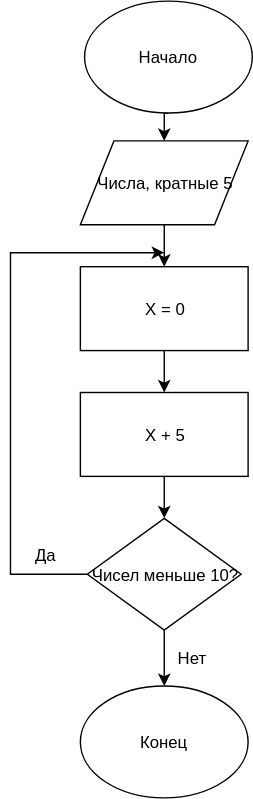
Earlier version of the draw.io export Diagram2.svg (DenisKupin/Homework1). Source tidied: cells renumbered, new cells last; positions are measured from the earlier drawing's top-left corner, leaving out a move shared by most shapes. The source it was exported from:
```xml
<mxGraphModel>
  <root>
    <mxCell id="0" />
    <mxCell id="1" parent="0" />
    <mxCell id="2" style="edgeStyle=orthogonalEdgeStyle;rounded=0;jettySize=auto;html=1;exitX=0.5;exitY=1;exitDx=0;exitDy=0;entryX=0.5;entryY=0;entryDx=0;entryDy=0;" parent="1" edge="1" source="3" target="5">
      <mxGeometry relative="1" as="geometry" />
    </mxCell>
    <mxCell id="3" value="Начало" style="ellipse;whiteSpace=wrap;html=1;" parent="1" vertex="1">
      <mxGeometry x="53" width="120" height="80" as="geometry" />
    </mxCell>
    <mxCell id="4" style="edgeStyle=orthogonalEdgeStyle;rounded=0;jettySize=auto;html=1;" parent="1" edge="1" source="5" target="7">
      <mxGeometry relative="1" as="geometry" />
    </mxCell>
    <mxCell id="5" value="Числа, кратные 5" style="shape=parallelogram;perimeter=parallelogramPerimeter;whiteSpace=wrap;html=1;" parent="1" vertex="1">
      <mxGeometry x="50" y="100" width="120" height="60" as="geometry" />
    </mxCell>
    <mxCell id="6" style="edgeStyle=orthogonalEdgeStyle;rounded=0;jettySize=auto;html=1;" parent="1" edge="1" source="7">
      <mxGeometry relative="1" as="geometry">
        <mxPoint x="110" y="280" as="targetPoint" />
      </mxGeometry>
    </mxCell>
    <mxCell id="7" value="Х = 0" style="rounded=0;whiteSpace=wrap;html=1;" parent="1" vertex="1">
      <mxGeometry x="50" y="190" width="120" height="60" as="geometry" />
    </mxCell>
    <mxCell id="8" style="edgeStyle=orthogonalEdgeStyle;rounded=0;jettySize=auto;html=1;" parent="1" edge="1" source="9">
      <mxGeometry relative="1" as="geometry">
        <mxPoint x="110" y="370" as="targetPoint" />
      </mxGeometry>
    </mxCell>
    <mxCell id="9" value="Х + 5" style="rounded=0;whiteSpace=wrap;html=1;" parent="1" vertex="1">
      <mxGeometry x="50" y="280" width="120" height="60" as="geometry" />
    </mxCell>
    <mxCell id="10" style="edgeStyle=orthogonalEdgeStyle;rounded=0;jettySize=auto;html=1;" parent="1" edge="1" source="12">
      <mxGeometry relative="1" as="geometry">
        <mxPoint x="110" y="180" as="targetPoint" />
        <Array as="points">
          <mxPoint y="410" />
          <mxPoint y="180" />
        </Array>
      </mxGeometry>
    </mxCell>
    <mxCell id="11" style="edgeStyle=orthogonalEdgeStyle;rounded=0;jettySize=auto;html=1;" parent="1" edge="1" source="12">
      <mxGeometry relative="1" as="geometry">
        <mxPoint x="110" y="490" as="targetPoint" />
      </mxGeometry>
    </mxCell>
    <mxCell id="12" value="Чисел меньше 10?" style="rhombus;whiteSpace=wrap;html=1;" parent="1" vertex="1">
      <mxGeometry x="55" y="370" width="110" height="80" as="geometry" />
    </mxCell>
    <mxCell id="13" value="Да" style="text;html=1;align=center;verticalAlign=middle;" parent="1" vertex="1">
      <mxGeometry x="10" y="386" width="30" height="20" as="geometry" />
    </mxCell>
    <mxCell id="14" value="Нет" style="text;html=1;align=center;verticalAlign=middle;" parent="1" vertex="1">
      <mxGeometry x="110" y="460" width="40" height="20" as="geometry" />
    </mxCell>
    <mxCell id="15" value="Конец" style="ellipse;whiteSpace=wrap;html=1;" parent="1" vertex="1">
      <mxGeometry x="50" y="490" width="120" height="80" as="geometry" />
    </mxCell>
  </root>
</mxGraphModel>
```
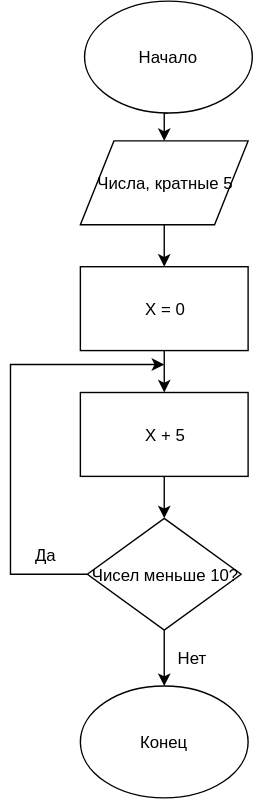
After the commit.

The edit, as a diff of the source:
```diff
@@ -30,20 +30,20 @@
     <mxCell id="9" value="Х + 5" style="rounded=0;whiteSpace=wrap;html=1;" parent="1" vertex="1">
       <mxGeometry x="50" y="280" width="120" height="60" as="geometry" />
     </mxCell>
-    <mxCell id="10" style="edgeStyle=orthogonalEdgeStyle;rounded=0;jettySize=auto;html=1;" parent="1" edge="1" source="12">
-      <mxGeometry relative="1" as="geometry">
-        <mxPoint x="110" y="180" as="targetPoint" />
-        <Array as="points">
-          <mxPoint y="410" />
-          <mxPoint y="180" />
-        </Array>
-      </mxGeometry>
-    </mxCell>
     <mxCell id="11" style="edgeStyle=orthogonalEdgeStyle;rounded=0;jettySize=auto;html=1;" parent="1" edge="1" source="12">
       <mxGeometry relative="1" as="geometry">
         <mxPoint x="110" y="490" as="targetPoint" />
       </mxGeometry>
     </mxCell>
+    <mxCell id="16" style="edgeStyle=orthogonalEdgeStyle;rounded=0;jettySize=auto;html=1;exitX=0;exitY=0.5;exitDx=0;exitDy=0;" parent="1" edge="1" source="12">
+      <mxGeometry relative="1" as="geometry">
+        <mxPoint x="110" y="260" as="targetPoint" />
+        <Array as="points">
+          <mxPoint y="410" />
+          <mxPoint y="260" />
+        </Array>
+      </mxGeometry>
+    </mxCell>
     <mxCell id="12" value="Чисел меньше 10?" style="rhombus;whiteSpace=wrap;html=1;" parent="1" vertex="1">
       <mxGeometry x="55" y="370" width="110" height="80" as="geometry" />
     </mxCell>
```
